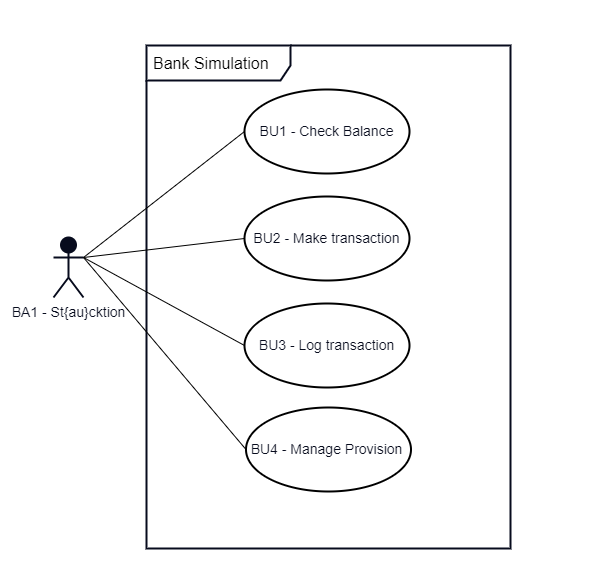
staucktion/docs keeps this draw.io diagram as diagrams/use-case-diagram/bank/use-case-diagram.png. Above is the earlier version. Source tidied: cells renumbered, new cells last; positions are measured from the earlier drawing's top-left corner, leaving out a move shared by most shapes.
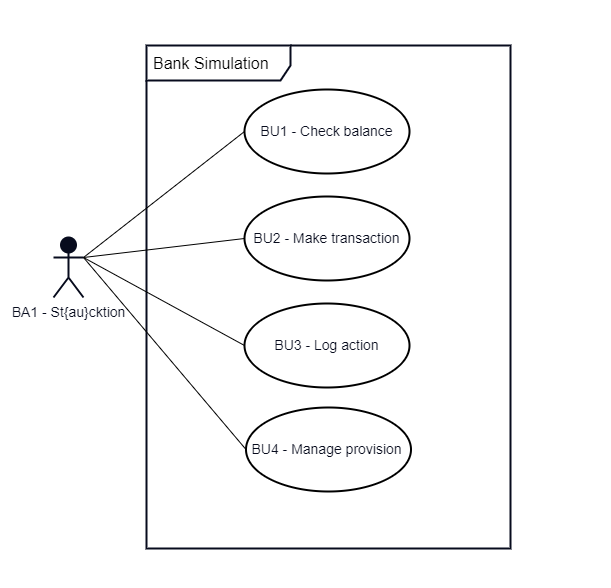
The same file after the commit.

Commit message:
update use case diagram

Diff of the diagram source:
```diff
@@ -17,19 +17,19 @@
     <mxCell id="6" value="&lt;font style=&quot;font-size: 14px;&quot; color=&quot;#070b1d&quot;&gt;BA1 - St{au}cktion&lt;br&gt;&lt;/font&gt;" style="shape=umlActor;verticalLabelPosition=bottom;verticalAlign=top;html=1;strokeColor=#070B1D;strokeWidth=2;fillColor=#070B1D;gradientColor=none;" parent="1" vertex="1">
       <mxGeometry x="52" y="236" width="30" height="60" as="geometry" />
     </mxCell>
-    <mxCell id="7" value="&lt;font style=&quot;font-size: 14px;&quot;&gt;BU3 - Log transaction&lt;/font&gt;" style="ellipse;whiteSpace=wrap;html=1;strokeColor=#000000;strokeWidth=2;fontColor=#070B1D;fillColor=none;gradientColor=none;" parent="1" vertex="1">
+    <mxCell id="7" value="&lt;font style=&quot;font-size: 14px;&quot;&gt;BU3 - Log action&lt;/font&gt;" style="ellipse;whiteSpace=wrap;html=1;strokeColor=#000000;strokeWidth=2;fontColor=#070B1D;fillColor=none;gradientColor=none;" parent="1" vertex="1">
       <mxGeometry x="243" y="302" width="165" height="84" as="geometry" />
     </mxCell>
     <mxCell id="8" style="endArrow=none;html=1;strokeColor=#000000;entryX=1;entryY=0.3333333333333333;entryDx=0;entryDy=0;exitX=0;exitY=0.5;exitDx=0;exitDy=0;entryPerimeter=0;" parent="1" edge="1" source="7" target="6">
       <mxGeometry relative="1" as="geometry" />
     </mxCell>
-    <mxCell id="9" value="&lt;font style=&quot;font-size: 14px;&quot;&gt;BU1 - Check Balance&lt;/font&gt;" style="ellipse;whiteSpace=wrap;html=1;strokeColor=#000000;strokeWidth=2;fontColor=#070B1D;fillColor=none;gradientColor=none;" parent="1" vertex="1">
+    <mxCell id="9" value="&lt;font style=&quot;font-size: 14px;&quot;&gt;BU1 - Check balance&lt;/font&gt;" style="ellipse;whiteSpace=wrap;html=1;strokeColor=#000000;strokeWidth=2;fontColor=#070B1D;fillColor=none;gradientColor=none;" parent="1" vertex="1">
       <mxGeometry x="243" y="88" width="165" height="84" as="geometry" />
     </mxCell>
     <mxCell id="10" style="endArrow=none;html=1;strokeColor=#000000;entryX=1;entryY=0.3333333333333333;entryDx=0;entryDy=0;exitX=0;exitY=0.5;exitDx=0;exitDy=0;entryPerimeter=0;" parent="1" edge="1" source="9" target="6">
       <mxGeometry relative="1" as="geometry" />
     </mxCell>
-    <mxCell id="11" value="&lt;font style=&quot;font-size: 14px;&quot;&gt;BU4 - Manage Provision&amp;nbsp;&lt;/font&gt;" style="ellipse;whiteSpace=wrap;html=1;strokeColor=#000000;strokeWidth=2;fontColor=#070B1D;fillColor=none;gradientColor=none;" parent="1" vertex="1">
+    <mxCell id="11" value="&lt;font style=&quot;font-size: 14px;&quot;&gt;BU4 - Manage provision&amp;nbsp;&lt;/font&gt;" style="ellipse;whiteSpace=wrap;html=1;strokeColor=#000000;strokeWidth=2;fontColor=#070B1D;fillColor=none;gradientColor=none;" parent="1" vertex="1">
       <mxGeometry x="244.5" y="406" width="165" height="84" as="geometry" />
     </mxCell>
     <mxCell id="12" style="endArrow=none;html=1;strokeColor=#000000;entryX=1;entryY=0.3333333333333333;entryDx=0;entryDy=0;exitX=0;exitY=0.5;exitDx=0;exitDy=0;entryPerimeter=0;" parent="1" edge="1" source="11" target="6">
```
